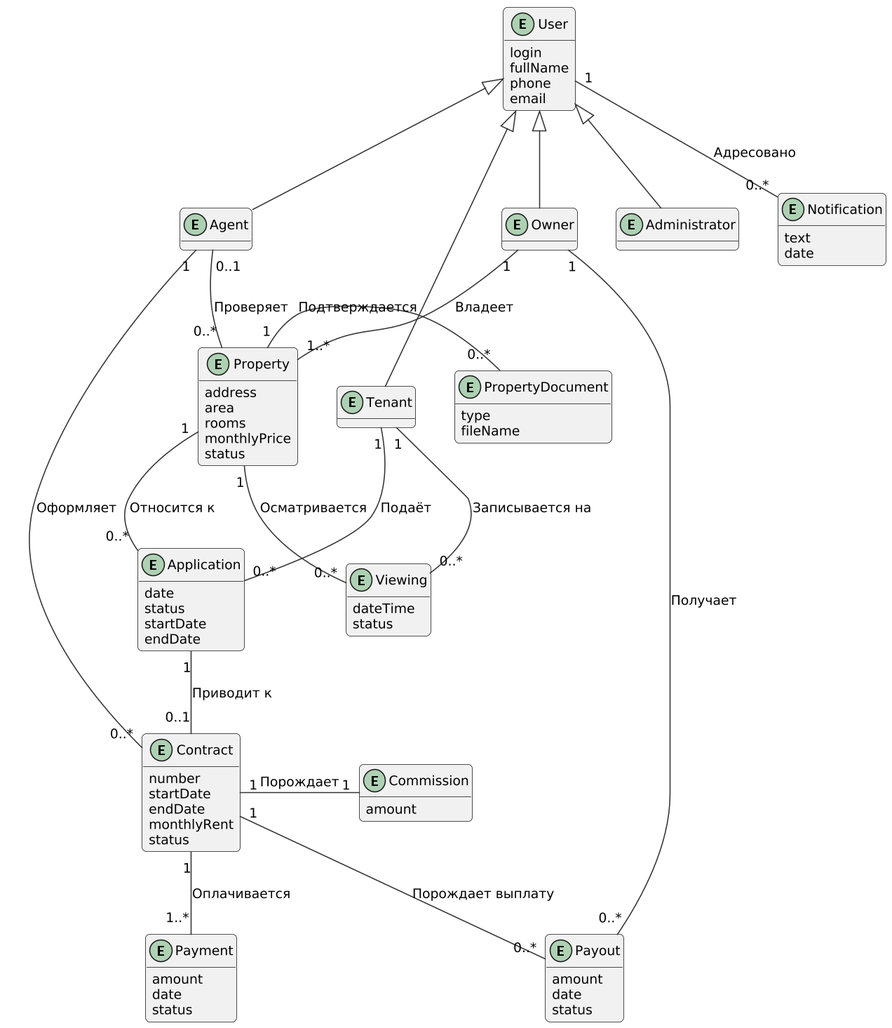
Earlier version of the PlantUML export image/domain.png (penamarth/bsbo-11-24_team2_var8_rentagency). Source of this version:
```plantuml
@startuml
skinparam defaultFontName DejaVu Sans
skinparam defaultFontSize 12
skinparam shadowing false
skinparam dpi 150
skinparam roundCorner 8
skinparam ArrowColor #333333
skinparam backgroundColor white
hide methods

entity User {
    login
    fullName
    phone
    email
}
entity Tenant
entity Owner
entity Agent
entity Administrator

entity Property {
    address
    area
    rooms
    monthlyPrice
    status
}
entity PropertyDocument {
    type
    fileName
}
entity Application {
    date
    status
    startDate
    endDate
}
entity Viewing {
    dateTime
    status
}
entity Contract {
    number
    startDate
    endDate
    monthlyRent
    status
}
entity Commission {
    amount
}
entity Payment {
    amount
    date
    status
}
entity Payout {
    amount
    date
    status
}
entity Notification {
    text
    date
}

Tenant -up-|> User
Owner -up-|> User
Agent -up-|> User
Administrator -up-|> User

Owner "1" -down- "1..*" Property : Владеет
Property "1" -right- "0..*" PropertyDocument : Подтверждается
Agent "0..1" -down- "0..*" Property : Проверяет
Tenant "1" -down- "0..*" Application : Подаёт
Application "0..*" -up- "1" Property : Относится к
Tenant "1" -down- "0..*" Viewing : Записывается на
Viewing "0..*" -up- "1" Property : Осматривается
Application "1" -down- "0..1" Contract : Приводит к
Agent "1" -down- "0..*" Contract : Оформляет
Contract "1" -right- "1" Commission : Порождает
Contract "1" -down- "1..*" Payment : Оплачивается
Contract "1" -down- "0..*" Payout : Порождает выплату
Owner "1" -down- "0..*" Payout : Получает
Notification "0..*" -up- "1" User : Адресовано
@enduml
```
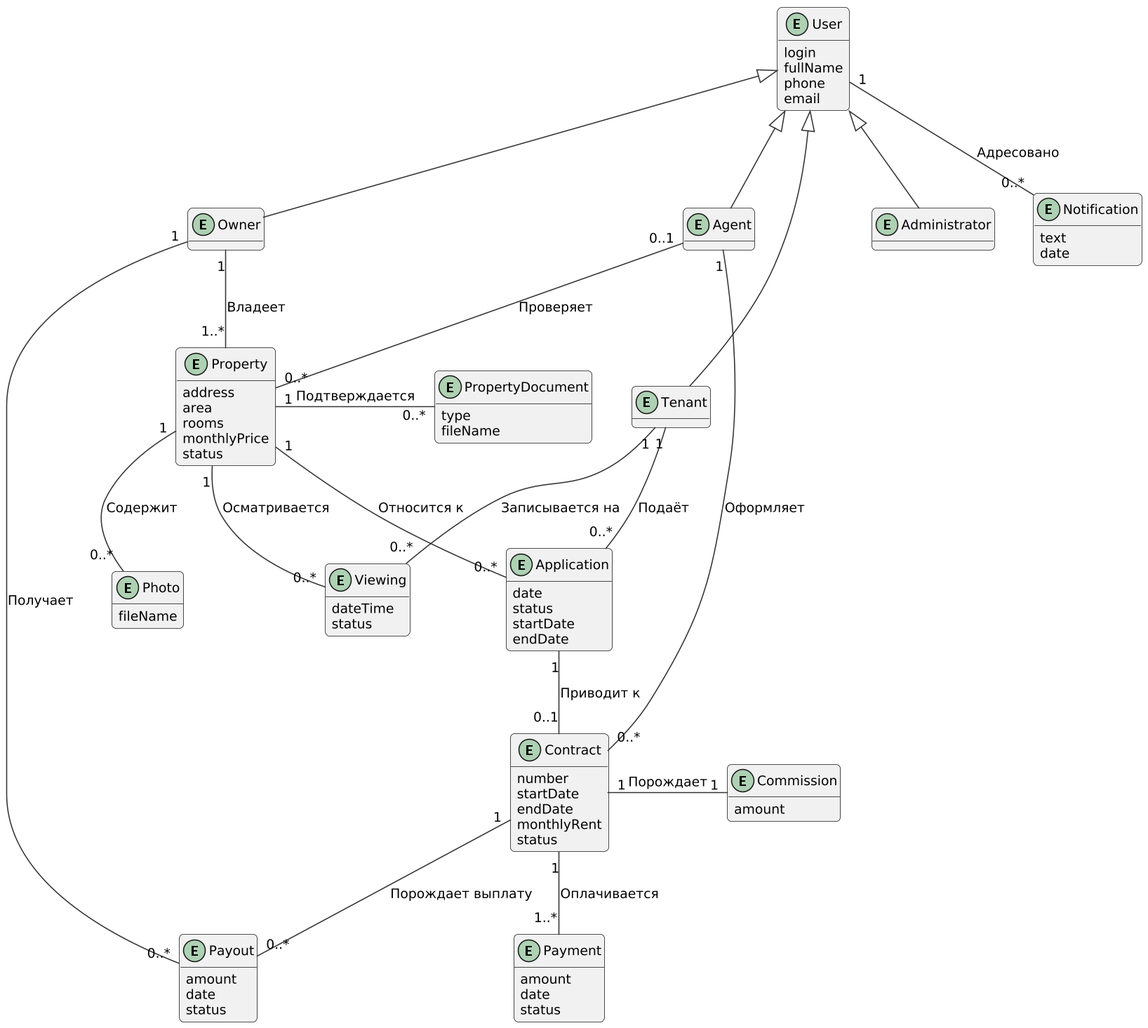
Above is the later version.

Commit message:
подправил диаграмму прежметной области

Change to the diagram source:
```diff
@@ -25,6 +25,9 @@
     rooms
     monthlyPrice
     status
+}
+entity Photo {
+    fileName
 }
 entity PropertyDocument {
     type
@@ -72,6 +75,7 @@
 
 Owner "1" -down- "1..*" Property : Владеет
 Property "1" -right- "0..*" PropertyDocument : Подтверждается
+Property "1" -down- "0..*" Photo : Содержит
 Agent "0..1" -down- "0..*" Property : Проверяет
 Tenant "1" -down- "0..*" Application : Подаёт
 Application "0..*" -up- "1" Property : Относится к
```
